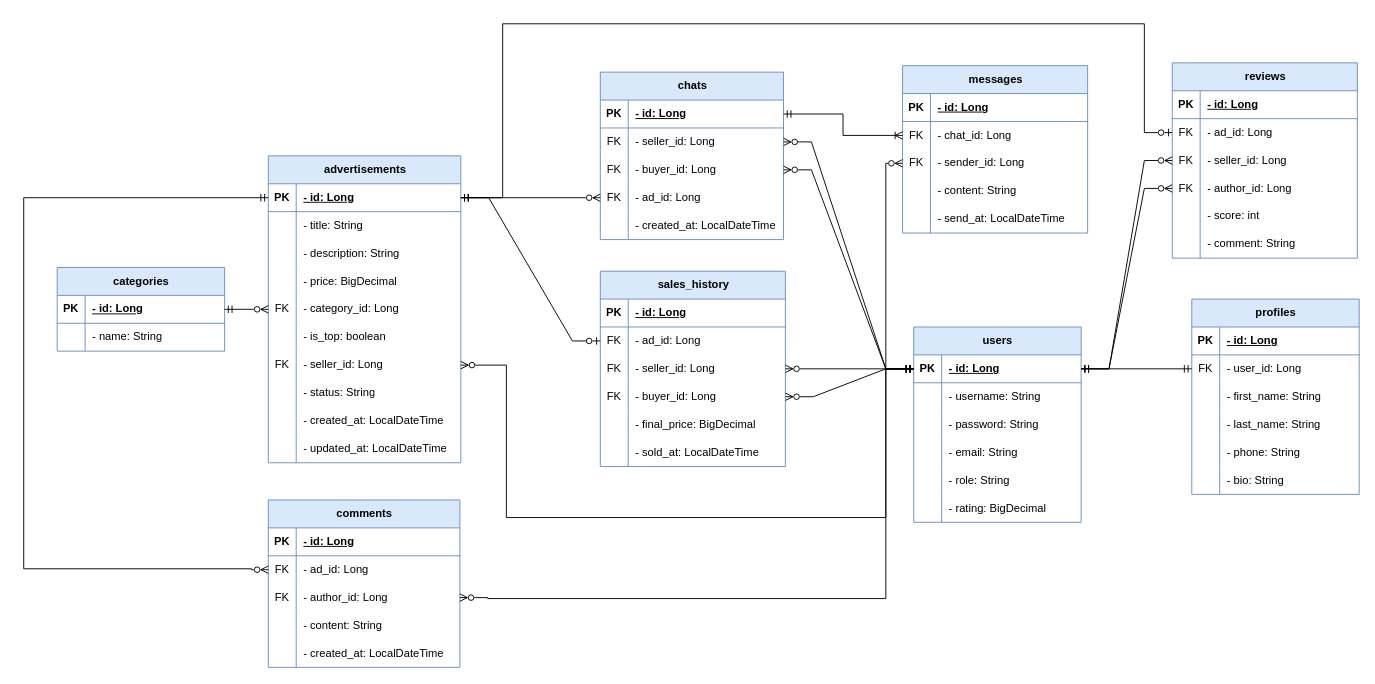
Before: page "Страница-4" (1 of 2) of diagram/diagram.drawio in 4khmn/senla-final-task, a draw.io diagram. Source tidied: cells renumbered, new cells numbered last; positions are measured from the earlier drawing's top-left corner, leaving out a move shared by most shapes. Both pictures are drawn from the tidied source at 93%, with x=0, y=0 at pixel (23, 23).
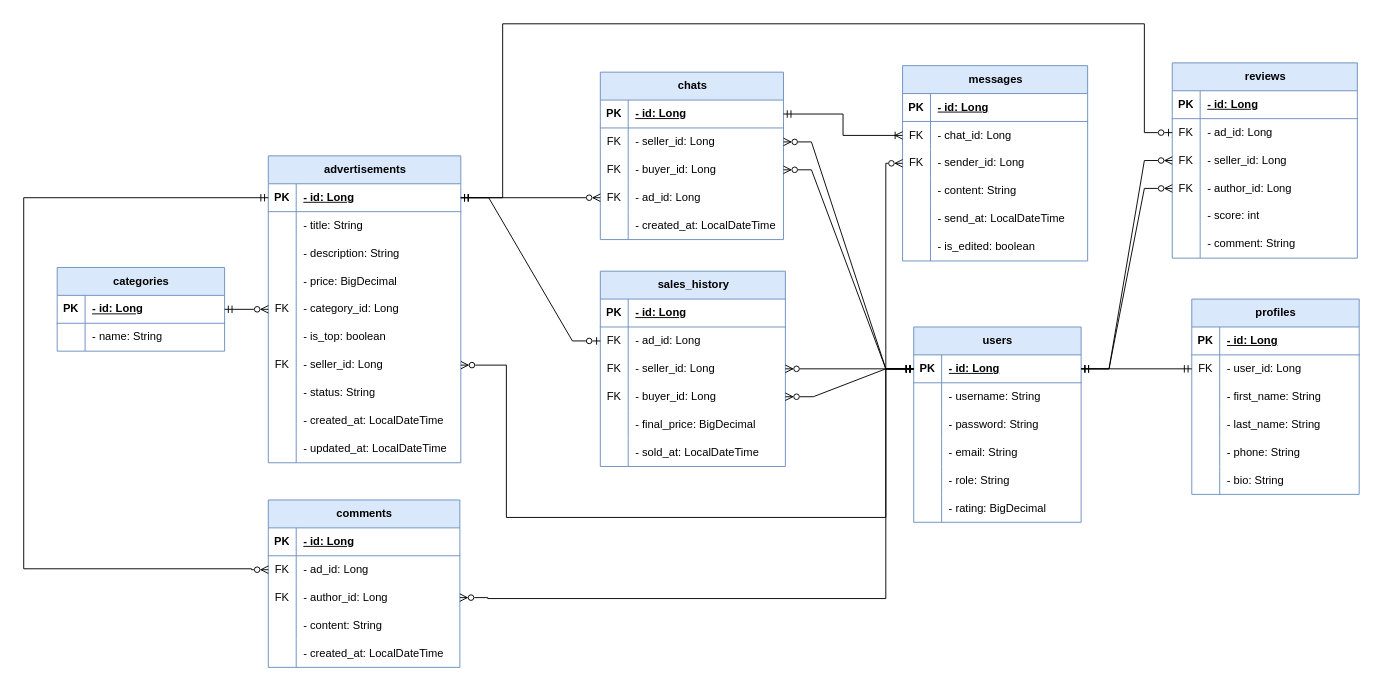
After the change.

Unchanged cells that the change refers to:
```xml
<mxCell id="3" style="shape=tableRow;horizontal=0;startSize=0;swimlaneHead=0;swimlaneBody=0;fillColor=none;points=[[0,0.5],[1,0.5]];portConstraint=eastwest;top=0;left=0;right=0;bottom=1;rounded=0;labelBackgroundColor=none;strokeColor=#6C8EBF;" parent="2" vertex="1">
  <mxGeometry y="30" width="180" height="30" as="geometry" />
</mxCell>
<mxCell id="66" style="shape=tableRow;horizontal=0;startSize=0;swimlaneHead=0;swimlaneBody=0;fillColor=none;points=[[0,0.5],[1,0.5]];portConstraint=eastwest;top=0;left=0;right=0;bottom=0;rounded=0;labelBackgroundColor=none;" parent="47" vertex="1">
  <mxGeometry y="210" width="207" height="30" as="geometry" />
</mxCell>
```

What changed in the source:
```diff
@@
     <mxCell id="94" value="messages" style="shape=table;startSize=30;childLayout=tableLayout;rowLines=0;fontStyle=1;align=center;html=1;rounded=0;direction=east;labelBackgroundColor=none;fillColor=#DAE8FC;strokeColor=#6C8EBF;" parent="1" vertex="1">
-      <mxGeometry x="945" y="45.1" width="199" height="180" as="geometry" />
+      <mxGeometry x="945" y="45.1" width="199" height="210" as="geometry" />
     </mxCell>
@@
+    <mxCell id="180" style="shape=tableRow;horizontal=0;startSize=0;swimlaneHead=0;swimlaneBody=0;fillColor=none;top=0;left=0;right=0;bottom=0;rounded=0;labelBackgroundColor=none;" parent="94" vertex="1">
+      <mxGeometry y="180" width="199" height="30" as="geometry" />
+    </mxCell>
+    <mxCell id="181" style="shape=partialRectangle;fillColor=none;top=0;left=0;bottom=0;right=0;overflow=hidden;whiteSpace=wrap;html=1;rounded=0;labelBackgroundColor=none;" parent="180" vertex="1">
+      <mxGeometry width="30" height="30" as="geometry" />
+    </mxCell>
+    <mxCell id="182" value="- is_edited: boolean" style="shape=partialRectangle;fillColor=none;top=0;left=0;bottom=0;right=0;align=left;spacingLeft=6;overflow=hidden;whiteSpace=wrap;html=1;rounded=0;labelBackgroundColor=none;" parent="180" vertex="1">
+      <mxGeometry x="30" width="169" height="30" as="geometry" />
+    </mxCell>
@@
     <mxCell id="165" style="edgeStyle=orthogonalEdgeStyle;rounded=0;jettySize=auto;html=1;entryX=1;entryY=0.5;entryDx=0;entryDy=0;startArrow=ERmandOne;startFill=0;endArrow=ERzeroToMany;endFill=0;labelBackgroundColor=none;fontColor=default;" parent="1" edge="1" source="3" target="66">
       <mxGeometry relative="1" as="geometry">
         <Array as="points">
-          <mxPoint x="927" y="371" />
-          <mxPoint x="927" y="531" />
-          <mxPoint x="519" y="531" />
-          <mxPoint x="519" y="367" />
+          <mxPoint x="927" y="370.9" />
+          <mxPoint x="927" y="530.9" />
+          <mxPoint x="519" y="530.9" />
+          <mxPoint x="519" y="366.9" />
         </Array>
       </mxGeometry>
     </mxCell>
```
